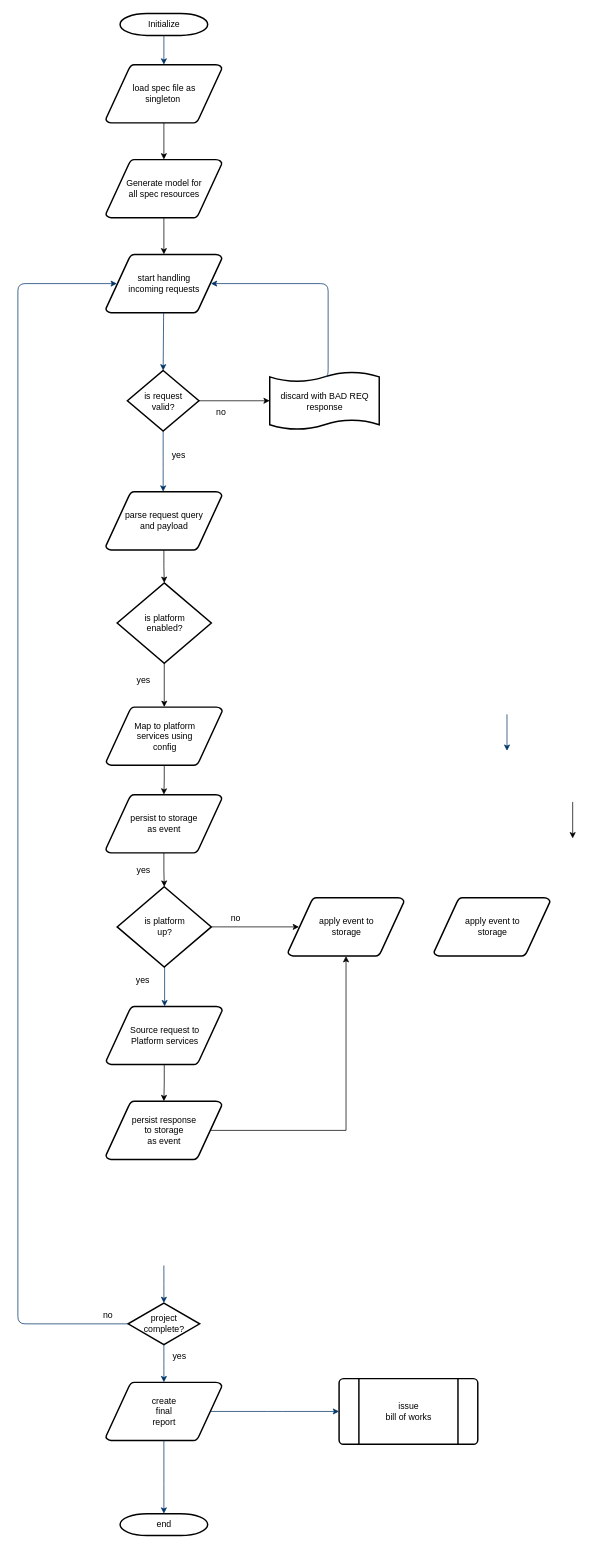
Earlier version of the draw.io diagram fpalogicflow.drawio (jayanthkmr/architecture-diagrams). Source tidied: cells renumbered, new cells numbered last; positions are measured from the earlier drawing's top-left corner, leaving out a move shared by most shapes. Both pictures are drawn from the tidied source at 73%, with x=0, y=0 at pixel (18, 13).
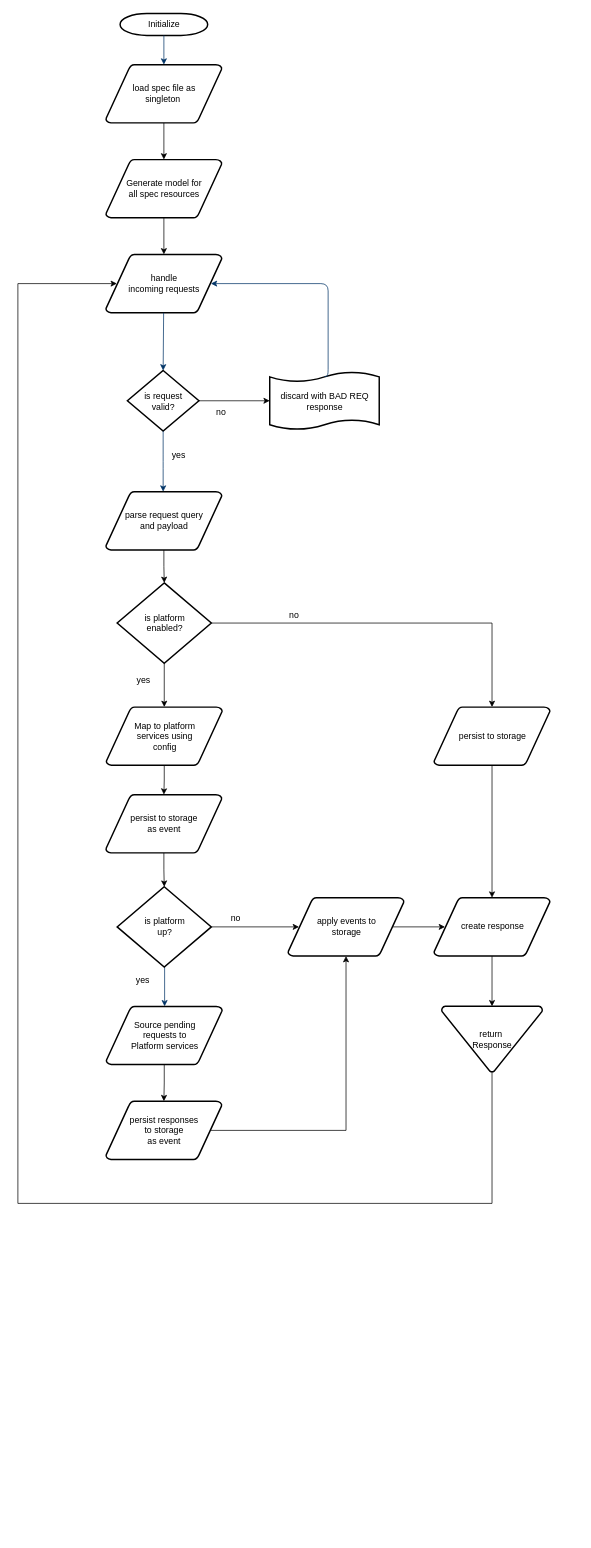
Above is the later version.

Unchanged cells that the change refers to:
```xml
<mxCell id="43" value="is platform &lt;br&gt;enabled?" style="shape=mxgraph.flowchart.decision;strokeWidth=2;gradientColor=none;gradientDirection=north;fontStyle=0;html=1;" parent="1" vertex="1">
  <mxGeometry x="136" y="780" width="129" height="110" as="geometry" />
</mxCell>
```

Diff of the diagram source:
```diff
@@
-    <mxCell id="7" value="start handling &lt;br&gt;incoming requests" style="shape=mxgraph.flowchart.data;strokeWidth=2;gradientColor=none;gradientDirection=north;fontStyle=0;html=1;" parent="1" vertex="1">
+    <mxCell id="7" value="handle&lt;br&gt;incoming requests" style="shape=mxgraph.flowchart.data;strokeWidth=2;gradientColor=none;gradientDirection=north;fontStyle=0;html=1;" parent="1" vertex="1">
       <mxGeometry x="120.5" y="330" width="159" height="80" as="geometry" />
     </mxCell>
@@
-    <mxCell id="15" value="yes" style="text;fontStyle=0;html=1;strokeColor=none;gradientColor=none;fillColor=none;strokeWidth=2;" parent="1" vertex="1">
-      <mxGeometry x="161" y="1160" width="40" height="26" as="geometry" />
-    </mxCell>
@@
-    <mxCell id="17" value="project&#10;complete?" style="shape=mxgraph.flowchart.decision;strokeWidth=2;gradientColor=none;gradientDirection=north;fontStyle=0;html=1;" parent="1" vertex="1">
-      <mxGeometry x="151" y="1766.5" width="98" height="57" as="geometry" />
-    </mxCell>
-    <mxCell id="18" value="create&#10;final&#10;report" style="shape=mxgraph.flowchart.data;strokeWidth=2;gradientColor=none;gradientDirection=north;fontStyle=0;html=1;" parent="1" vertex="1">
-      <mxGeometry x="120.5" y="1875" width="159" height="80" as="geometry" />
-    </mxCell>
-    <mxCell id="19" value="issue&#10;bill of works" style="shape=mxgraph.flowchart.predefined_process;strokeWidth=2;gradientColor=none;gradientDirection=north;fontStyle=0;html=1;" parent="1" vertex="1">
-      <mxGeometry x="440" y="1870" width="190" height="90" as="geometry" />
-    </mxCell>
-    <mxCell id="20" value="end" style="shape=mxgraph.flowchart.terminator;strokeWidth=2;gradientColor=none;gradientDirection=north;fontStyle=0;html=1;" parent="1" vertex="1">
-      <mxGeometry x="140" y="2055" width="120" height="30" as="geometry" />
-    </mxCell>
-    <mxCell id="21" style="edgeStyle=elbowEdgeStyle;elbow=vertical;exitX=0.5;exitY=1;exitPerimeter=0;entryX=0.5;entryY=0;entryPerimeter=0;fontStyle=1;strokeColor=#003366;strokeWidth=1;html=1;" parent="1" edge="1" target="17">
-      <mxGeometry x="10" y="135" as="geometry">
-        <mxPoint x="200" y="1715" as="sourcePoint" />
-      </mxGeometry>
-    </mxCell>
-    <mxCell id="22" style="edgeStyle=elbowEdgeStyle;elbow=vertical;exitX=0.5;exitY=1;exitPerimeter=0;entryX=0.5;entryY=0;entryPerimeter=0;fontStyle=1;strokeColor=#003366;strokeWidth=1;html=1;" parent="1" edge="1" source="17" target="18">
-      <mxGeometry x="10" y="135" as="geometry" />
-    </mxCell>
-    <mxCell id="23" style="edgeStyle=elbowEdgeStyle;elbow=vertical;exitX=0.5;exitY=1;exitPerimeter=0;entryX=0.5;entryY=0;entryPerimeter=0;fontStyle=1;strokeColor=#003366;strokeWidth=1;html=1;" parent="1" edge="1" source="18" target="20">
-      <mxGeometry x="10" y="135" as="geometry" />
-    </mxCell>
-    <mxCell id="24" style="edgeStyle=elbowEdgeStyle;elbow=vertical;exitX=0.905;exitY=0.5;exitPerimeter=0;entryX=0;entryY=0.5;entryPerimeter=0;fontStyle=1;strokeColor=#003366;strokeWidth=1;html=1;" parent="1" edge="1" source="18" target="19">
-      <mxGeometry x="10" y="135" as="geometry" />
-    </mxCell>
@@
-    <mxCell id="27" value="yes" style="text;fontStyle=0;html=1;strokeColor=none;gradientColor=none;fillColor=none;strokeWidth=2;align=center;" parent="1" vertex="1">
-      <mxGeometry x="201" y="1825" width="40" height="26" as="geometry" />
-    </mxCell>
-    <mxCell id="28" style="edgeStyle=elbowEdgeStyle;elbow=horizontal;exitX=0;exitY=0.5;exitPerimeter=0;entryX=0.095;entryY=0.5;entryPerimeter=0;fontStyle=1;strokeColor=#003366;strokeWidth=1;html=1;" parent="1" edge="1" source="17" target="7">
-      <mxGeometry x="10" y="189" as="geometry">
-        <Array as="points">
-          <mxPoint y="1169" />
-        </Array>
-      </mxGeometry>
-    </mxCell>
-    <mxCell id="29" value="no" style="text;fontStyle=0;html=1;strokeColor=none;gradientColor=none;fillColor=none;strokeWidth=2;" parent="1" vertex="1">
-      <mxGeometry x="115" y="1769" width="40" height="26" as="geometry" />
-    </mxCell>
@@
-    <mxCell id="36" value="Source request to &lt;br&gt;Platform services" style="shape=mxgraph.flowchart.data;strokeWidth=2;gradientColor=none;gradientDirection=north;fontStyle=0;html=1;" parent="1" vertex="1">
+    <mxCell id="36" value="Source pending &lt;br&gt;requests to &lt;br&gt;Platform services" style="shape=mxgraph.flowchart.data;strokeWidth=2;gradientColor=none;gradientDirection=north;fontStyle=0;html=1;" parent="1" vertex="1">
       <mxGeometry x="121" y="1360" width="159" height="80" as="geometry" />
     </mxCell>
@@
-    <mxCell id="38" value="persist response &lt;br&gt;to storage&lt;br&gt;as event" style="shape=mxgraph.flowchart.data;strokeWidth=2;gradientColor=none;gradientDirection=north;fontStyle=0;html=1;" parent="1" vertex="1">
+    <mxCell id="38" value="persist responses&lt;br&gt;to storage&lt;br&gt;as event" style="shape=mxgraph.flowchart.data;strokeWidth=2;gradientColor=none;gradientDirection=north;fontStyle=0;html=1;" parent="1" vertex="1">
       <mxGeometry x="120.5" y="1490" width="159" height="80" as="geometry" />
     </mxCell>
+    <mxCell id="51" style="edgeStyle=orthogonalEdgeStyle;rounded=0;jettySize=auto;html=1;exitX=0.905;exitY=0.5;exitDx=0;exitDy=0;exitPerimeter=0;entryX=0.095;entryY=0.5;entryDx=0;entryDy=0;entryPerimeter=0;" parent="1" edge="1" source="39" target="41">
+      <mxGeometry relative="1" as="geometry" />
+    </mxCell>
-    <mxCell id="39" value="apply event to&lt;br&gt;storage" style="shape=mxgraph.flowchart.data;strokeWidth=2;gradientColor=none;gradientDirection=north;fontStyle=0;html=1;" parent="1" vertex="1">
+    <mxCell id="39" value="apply events to&lt;br&gt;storage" style="shape=mxgraph.flowchart.data;strokeWidth=2;gradientColor=none;gradientDirection=north;fontStyle=0;html=1;" parent="1" vertex="1">
       <mxGeometry x="370" y="1211.2" width="159" height="80" as="geometry" />
     </mxCell>
@@
+    <mxCell id="52" style="edgeStyle=orthogonalEdgeStyle;rounded=0;jettySize=auto;html=1;exitX=0.5;exitY=1;exitDx=0;exitDy=0;exitPerimeter=0;" parent="1" edge="1" source="41" target="57">
+      <mxGeometry relative="1" as="geometry" />
+    </mxCell>
-    <mxCell id="41" value="apply event to&lt;br&gt;storage" style="shape=mxgraph.flowchart.data;strokeWidth=2;gradientColor=none;gradientDirection=north;fontStyle=0;html=1;" parent="1" vertex="1">
+    <mxCell id="41" value="create response" style="shape=mxgraph.flowchart.data;strokeWidth=2;gradientColor=none;gradientDirection=north;fontStyle=0;html=1;" parent="1" vertex="1">
       <mxGeometry x="570" y="1211.2" width="159" height="80" as="geometry" />
     </mxCell>
@@
+    <mxCell id="53" style="edgeStyle=orthogonalEdgeStyle;rounded=0;jettySize=auto;html=1;exitX=1;exitY=0.5;exitDx=0;exitDy=0;exitPerimeter=0;" parent="1" edge="1" source="43" target="55">
+      <mxGeometry relative="1" as="geometry" />
+    </mxCell>
@@
-    <mxCell id="48" style="edgeStyle=elbowEdgeStyle;elbow=horizontal;entryX=0.5;entryY=0;entryPerimeter=0;fontStyle=1;strokeColor=#003366;strokeWidth=1;html=1;entryDx=0;entryDy=0;" parent="1" edge="1">
-      <mxGeometry x="480" y="225" as="geometry">
-        <mxPoint x="670" y="960" as="sourcePoint" />
-        <mxPoint x="670" y="1010" as="targetPoint" />
-      </mxGeometry>
-    </mxCell>
-    <mxCell id="49" style="edgeStyle=orthogonalEdgeStyle;rounded=0;orthogonalLoop=1;jettySize=auto;html=1;exitX=0.5;exitY=1;exitDx=0;exitDy=0;exitPerimeter=0;entryX=0.5;entryY=0;entryDx=0;entryDy=0;entryPerimeter=0;" parent="1" edge="1">
-      <mxGeometry relative="1" as="geometry">
-        <mxPoint x="760" y="1080" as="sourcePoint" />
-        <mxPoint x="760" y="1130" as="targetPoint" />
-      </mxGeometry>
-    </mxCell>
@@
+    <mxCell id="29" value="no" style="text;fontStyle=0;html=1;strokeColor=none;gradientColor=none;fillColor=none;strokeWidth=2;" parent="1" vertex="1">
+      <mxGeometry x="370" y="810" width="40" height="26" as="geometry" />
+    </mxCell>
+    <mxCell id="54" style="edgeStyle=orthogonalEdgeStyle;rounded=0;jettySize=auto;html=1;exitX=0.5;exitY=1;exitDx=0;exitDy=0;exitPerimeter=0;" parent="1" edge="1" source="55" target="41">
+      <mxGeometry relative="1" as="geometry" />
+    </mxCell>
+    <mxCell id="55" value="persist to storage" style="shape=mxgraph.flowchart.data;strokeWidth=2;gradientColor=none;gradientDirection=north;fontStyle=0;html=1;" parent="1" vertex="1">
+      <mxGeometry x="570" y="950" width="159" height="80" as="geometry" />
+    </mxCell>
+    <mxCell id="56" style="edgeStyle=orthogonalEdgeStyle;rounded=0;jettySize=auto;html=1;exitX=0.5;exitY=1;exitDx=0;exitDy=0;exitPerimeter=0;entryX=0.095;entryY=0.5;entryDx=0;entryDy=0;entryPerimeter=0;" parent="1" edge="1" source="57" target="7">
+      <mxGeometry relative="1" as="geometry">
+        <Array as="points">
+          <mxPoint x="650" y="1630" />
+          <mxPoint y="1630" />
+          <mxPoint y="370" />
+        </Array>
+      </mxGeometry>
+    </mxCell>
+    <mxCell id="57" value="return&amp;nbsp;&lt;br&gt;Response" style="strokeWidth=2;html=1;shape=mxgraph.flowchart.merge_or_storage;whiteSpace=wrap;" parent="1" vertex="1">
+      <mxGeometry x="580.5" y="1360" width="138" height="90" as="geometry" />
+    </mxCell>
```
